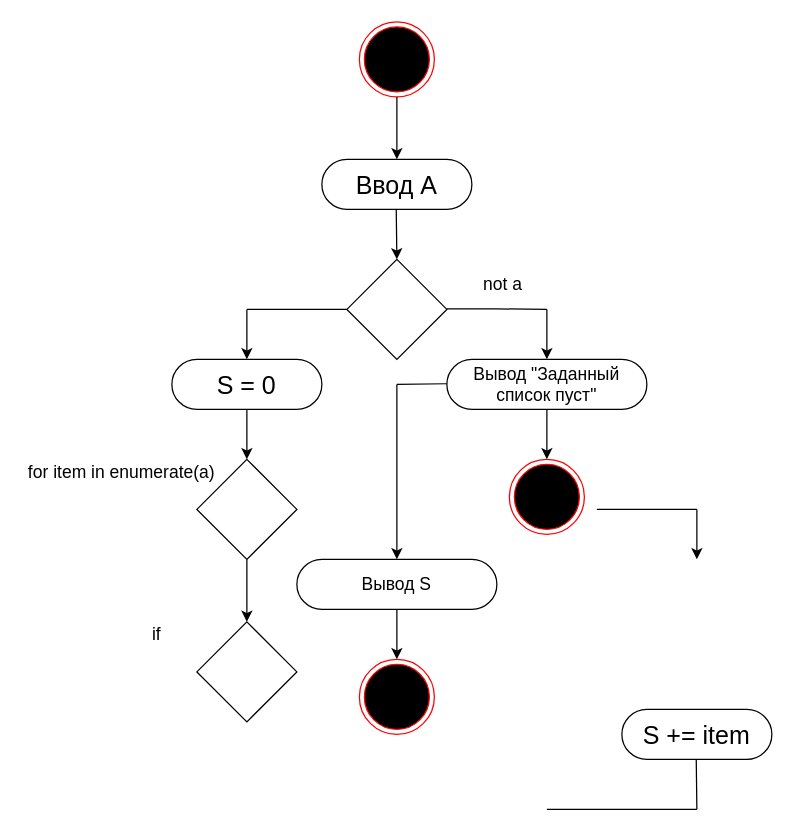
dibovdmitry/laba6 keeps this draw.io diagram as Diagram 2.drawio. Above is the earlier version. Source tidied: cells renumbered, new cells numbered last; positions are measured from the earlier drawing's top-left corner, leaving out a move shared by most shapes. Both pictures are drawn from the tidied source at 125%, with x=0, y=0 at pixel (21, 21).
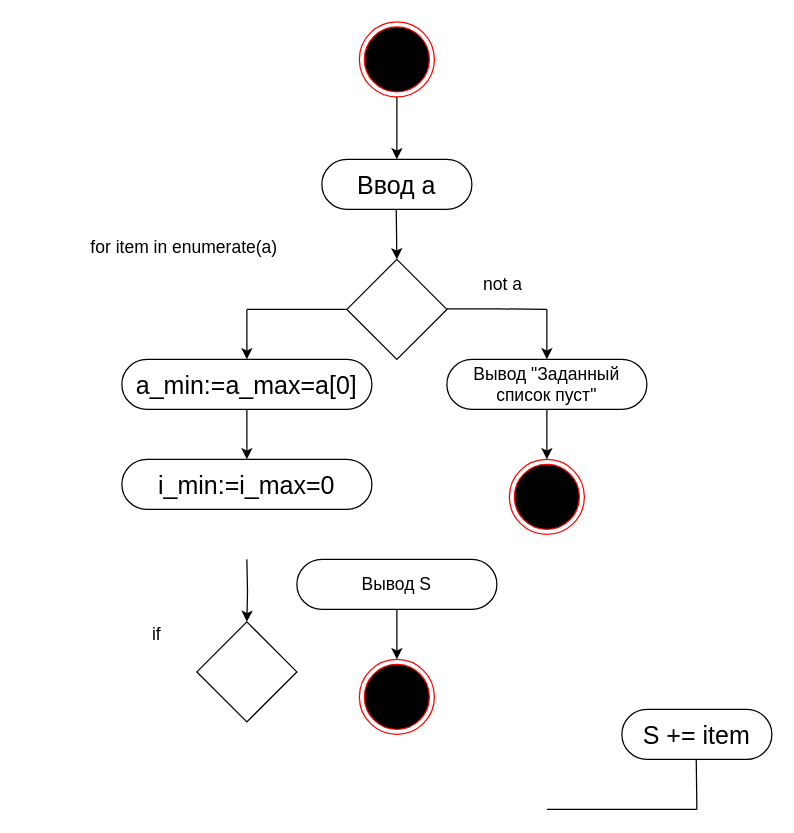
After the change.

Unchanged cells that the change refers to:
```xml
<mxCell id="25" style="rhombus;whiteSpace=wrap;html=1;fontSize=20;strokeColor=#000000;" parent="1" vertex="1">
  <mxGeometry x="140" y="480" width="80" height="80" as="geometry" />
</mxCell>
```

Change to the diagram source:
```diff
@@
-    <mxCell id="4" value="Ввод A" style="rounded=1;whiteSpace=wrap;html=1;arcSize=50;fontSize=20;" parent="1" vertex="1">
+    <mxCell id="4" value="Ввод a" style="rounded=1;whiteSpace=wrap;html=1;arcSize=50;fontSize=20;" parent="1" vertex="1">
       <mxGeometry x="240" y="110" width="120" height="40" as="geometry" />
     </mxCell>
@@
-    <mxCell id="9" value="S = 0" style="rounded=1;whiteSpace=wrap;html=1;arcSize=50;fontSize=20;" parent="1" vertex="1">
-      <mxGeometry x="120" y="270" width="120" height="40" as="geometry" />
+    <mxCell id="9" value="a_min:=a_max=a[0]" style="rounded=1;whiteSpace=wrap;html=1;arcSize=50;fontSize=20;" parent="1" vertex="1">
+      <mxGeometry x="80" y="270" width="200" height="40" as="geometry" />
     </mxCell>
@@
-    <mxCell id="16" style="edgeStyle=orthogonalEdgeStyle;rounded=0;jettySize=auto;html=1;entryX=0.5;entryY=0;entryDx=0;entryDy=0;" parent="1" edge="1" source="17" target="25">
-      <mxGeometry relative="1" as="geometry" />
+    <mxCell id="16" style="edgeStyle=orthogonalEdgeStyle;rounded=0;jettySize=auto;html=1;entryX=0.5;entryY=0;entryDx=0;entryDy=0;" parent="1" edge="1" target="25">
+      <mxGeometry relative="1" as="geometry">
+        <mxPoint x="180" y="430" as="sourcePoint" />
+      </mxGeometry>
     </mxCell>
-    <mxCell id="17" style="rhombus;whiteSpace=wrap;html=1;fontSize=20;strokeColor=#000000;" parent="1" vertex="1">
-      <mxGeometry x="140" y="350" width="80" height="80" as="geometry" />
-    </mxCell>
-    <mxCell id="18" style="endArrow=none;html=1;fontSize=14;" parent="1" edge="1">
-      <mxGeometry relative="1" as="geometry">
-        <mxPoint x="300" y="290" as="sourcePoint" />
-        <mxPoint x="340" y="289.5" as="targetPoint" />
-      </mxGeometry>
-    </mxCell>
-    <mxCell id="19" style="endArrow=classic;html=1;fontSize=14;" parent="1" edge="1">
-      <mxGeometry relative="1" as="geometry">
-        <mxPoint x="300" y="290" as="sourcePoint" />
-        <mxPoint x="300" y="430" as="targetPoint" />
-      </mxGeometry>
-    </mxCell>
@@
-    <mxCell id="23" style="endArrow=classic;html=1;fontSize=14;" parent="1" edge="1">
-      <mxGeometry relative="1" as="geometry">
-        <mxPoint x="540" y="390" as="sourcePoint" />
-        <mxPoint x="540" y="430" as="targetPoint" />
-      </mxGeometry>
-    </mxCell>
-    <mxCell id="24" style="endArrow=none;html=1;fontSize=14;" parent="1" edge="1">
-      <mxGeometry relative="1" as="geometry">
-        <mxPoint x="460" y="390" as="sourcePoint" />
-        <mxPoint x="540" y="390" as="targetPoint" />
-      </mxGeometry>
-    </mxCell>
@@
     <mxCell id="30" value="for item in enumerate(a)" style="text;html=1;strokeColor=none;fillColor=none;align=center;verticalAlign=middle;whiteSpace=wrap;rounded=0;fontSize=14;" parent="1" vertex="1">
-      <mxGeometry y="350" width="160" height="20" as="geometry" />
+      <mxGeometry x="50" y="170" width="160" height="20" as="geometry" />
     </mxCell>
@@
+    <mxCell id="32" value="i_min:=i_max=0" style="rounded=1;whiteSpace=wrap;html=1;arcSize=50;fontSize=20;" parent="1" vertex="1">
+      <mxGeometry x="80" y="350" width="200" height="40" as="geometry" />
+    </mxCell>
```
